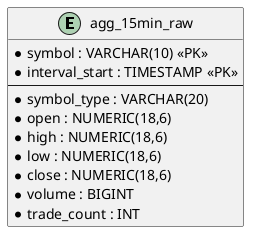
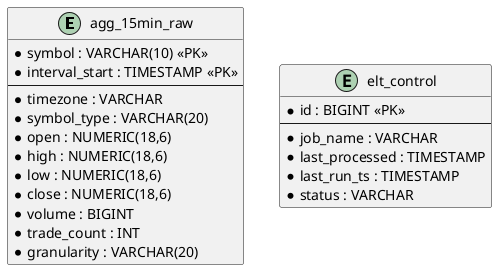
@startuml

entity "agg_15min_raw" {
    * symbol : VARCHAR(10) <<PK>>
    * interval_start : TIMESTAMP <<PK>>
--
+     * timezone : VARCHAR
    * symbol_type : VARCHAR(20)
    * open : NUMERIC(18,6)
    * high : NUMERIC(18,6)
    * low : NUMERIC(18,6)
    * close : NUMERIC(18,6)
    * volume : BIGINT
    * trade_count : INT
+     * granularity : VARCHAR(20)
+ }
+ 
+ entity "elt_control" {
+     * id : BIGINT <<PK>>
+ --
+     * job_name : VARCHAR
+     * last_processed : TIMESTAMP
+     * last_run_ts : TIMESTAMP
+     * status : VARCHAR
}
@enduml